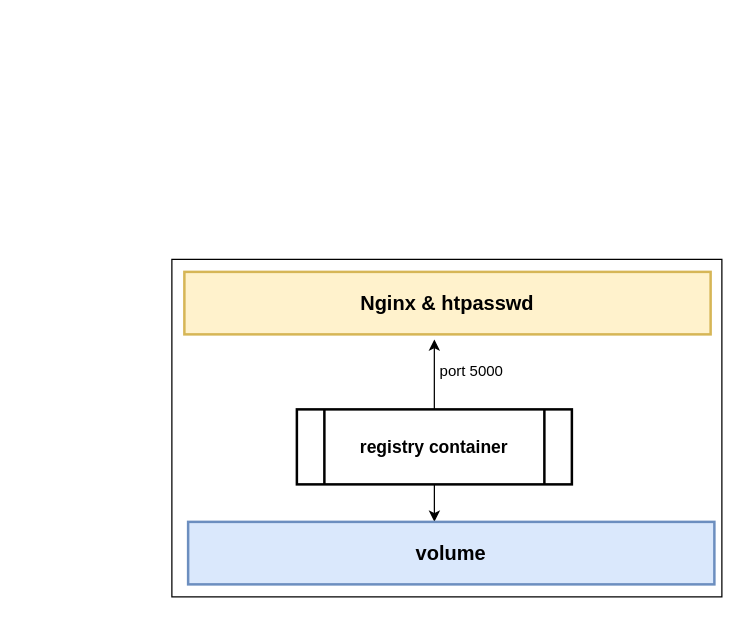
quanhk711/dev-test- keeps this draw.io diagram as Untitled Diagram3.drawio. Above is the earlier version. Source tidied: cells renumbered, new cells numbered last; positions are measured from the earlier drawing's top-left corner, leaving out a move shared by most shapes. Both pictures are drawn from the tidied source at 125%, with x=0, y=0 at pixel (171, 259).
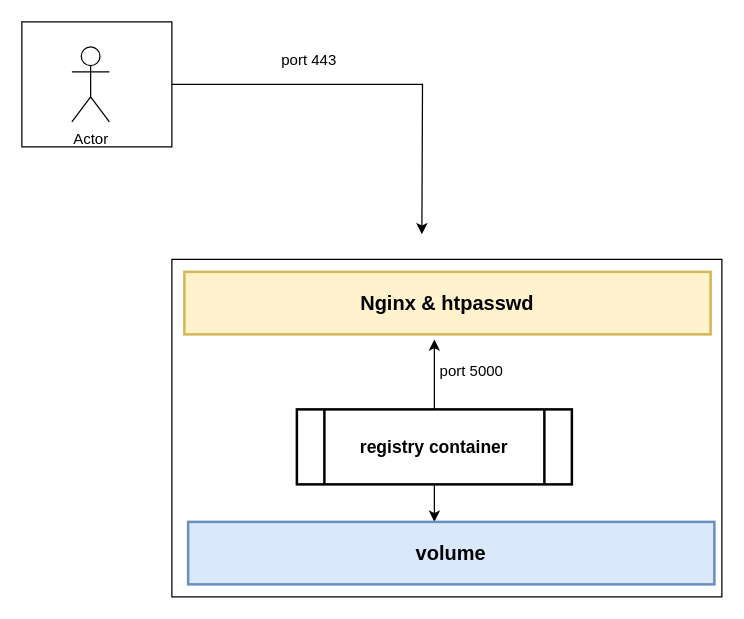
Above is the later version.

The edit, as a diff of the source:
```diff
@@
 <mxGraphModel>
   <root>
     <mxCell id="0" />
     <mxCell id="1" parent="0" />
     <mxCell id="2" style="edgeStyle=orthogonalEdgeStyle;rounded=0;jettySize=auto;html=1;entryX=0.475;entryY=1.08;entryDx=0;entryDy=0;entryPerimeter=0;" parent="1" edge="1" source="4" target="5">
       <mxGeometry relative="1" as="geometry" />
     </mxCell>
     <mxCell id="3" style="edgeStyle=orthogonalEdgeStyle;rounded=0;jettySize=auto;html=1;entryX=0.468;entryY=0;entryDx=0;entryDy=0;entryPerimeter=0;" parent="1" edge="1" source="4" target="7">
       <mxGeometry relative="1" as="geometry" />
     </mxCell>
     <mxCell id="4" value="&lt;font style=&quot;font-size: 14px&quot;&gt;&lt;b&gt;registry container&lt;/b&gt;&lt;/font&gt;" style="shape=process;whiteSpace=wrap;html=1;backgroundOutline=1;strokeWidth=2;" parent="1" vertex="1">
       <mxGeometry x="100" y="120" width="220" height="60" as="geometry" />
     </mxCell>
     <mxCell id="5" value="&lt;b&gt;&lt;font style=&quot;font-size: 16px&quot;&gt;Nginx &amp;amp; htpasswd&lt;/font&gt;&lt;/b&gt;" style="rounded=0;whiteSpace=wrap;html=1;strokeWidth=2;fillColor=#fff2cc;strokeColor=#d6b656;" parent="1" vertex="1">
       <mxGeometry x="10" y="10" width="421" height="50" as="geometry" />
     </mxCell>
     <mxCell id="6" value="port 5000" style="rounded=0;whiteSpace=wrap;html=1;strokeWidth=2;fillColor=none;opacity=0;" parent="1" vertex="1">
       <mxGeometry x="180" y="60" width="120" height="60" as="geometry" />
     </mxCell>
     <mxCell id="7" value="&lt;span style=&quot;font-size: 16px&quot;&gt;&lt;b&gt;volume&lt;/b&gt;&lt;/span&gt;" style="rounded=0;whiteSpace=wrap;html=1;strokeWidth=2;fillColor=#dae8fc;strokeColor=#6c8ebf;" parent="1" vertex="1">
       <mxGeometry x="13" y="210" width="421" height="50" as="geometry" />
     </mxCell>
     <mxCell id="8" style="rounded=0;whiteSpace=wrap;html=1;strokeWidth=1;fillColor=none;" parent="1" vertex="1">
       <mxGeometry width="440" height="270" as="geometry" />
     </mxCell>
+    <mxCell id="9" style="edgeStyle=orthogonalEdgeStyle;rounded=0;jettySize=auto;html=1;" parent="1" edge="1" source="10">
+      <mxGeometry relative="1" as="geometry">
+        <mxPoint x="200" y="-20" as="targetPoint" />
+      </mxGeometry>
+    </mxCell>
+    <mxCell id="10" style="rounded=0;whiteSpace=wrap;html=1;strokeWidth=1;fillColor=none;" parent="1" vertex="1">
+      <mxGeometry x="-120" y="-190" width="120" height="100" as="geometry" />
+    </mxCell>
+    <mxCell id="11" value="Actor" style="shape=umlActor;verticalLabelPosition=bottom;verticalAlign=top;html=1;strokeWidth=1;fillColor=none;" parent="1" vertex="1">
+      <mxGeometry x="-80" y="-170" width="30" height="60" as="geometry" />
+    </mxCell>
+    <mxCell id="12" value="&lt;p style=&quot;line-height: 0%&quot;&gt;port 443&lt;/p&gt;" style="rounded=0;whiteSpace=wrap;html=1;strokeWidth=1;fillColor=none;opacity=0;" parent="1" vertex="1">
+      <mxGeometry x="50" y="-190" width="120" height="60" as="geometry" />
+    </mxCell>
   </root>
 </mxGraphModel>
```
